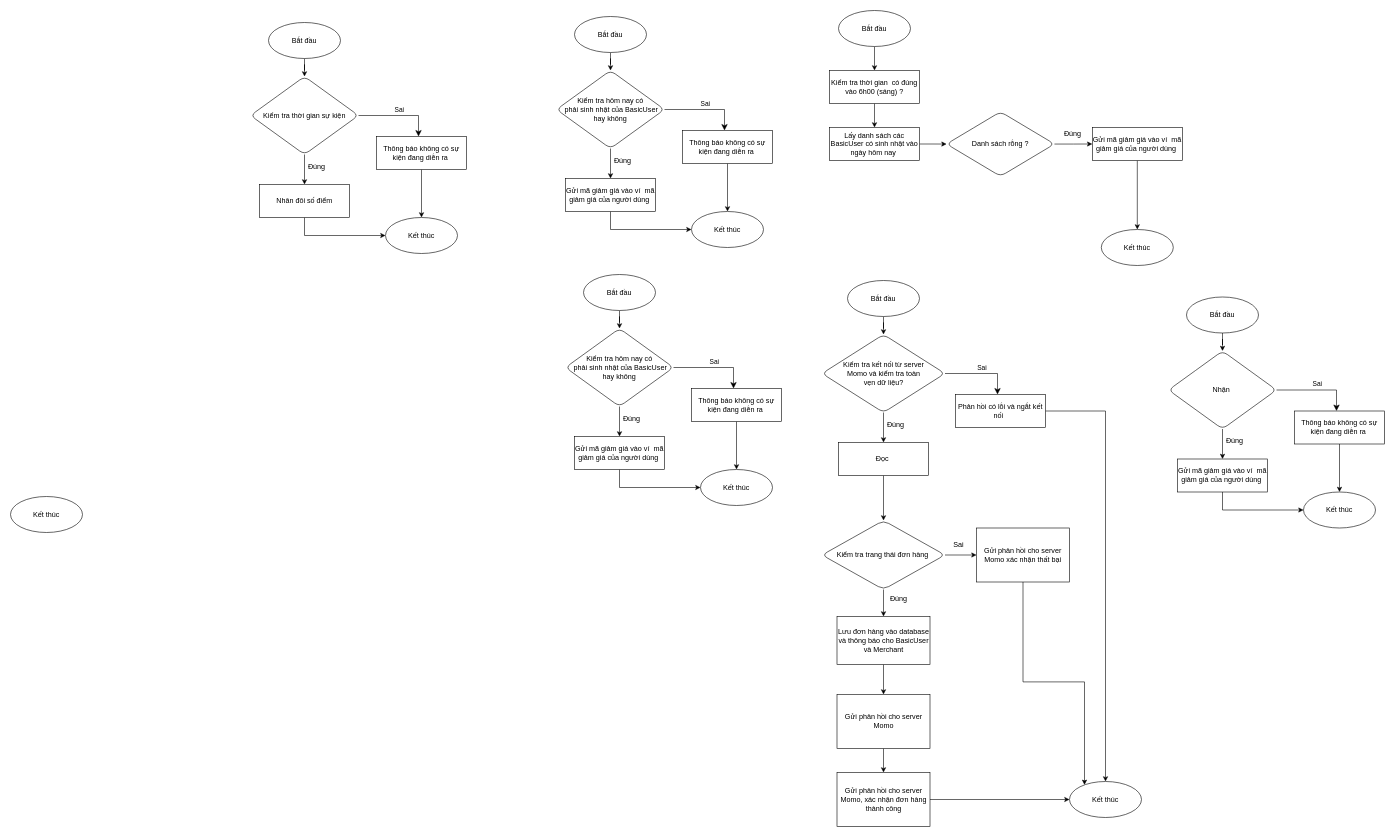
Above: sukienhangnam.drawio in nguyendu11a2/TADA_DIAGRAM (draw.io), before the change. Source tidied: cells renumbered, new cells numbered last; positions are measured from the earlier drawing's top-left corner, leaving out a move shared by most shapes. Both pictures are drawn from the tidied source at 60%, with x=0, y=0 at pixel (10, 10).
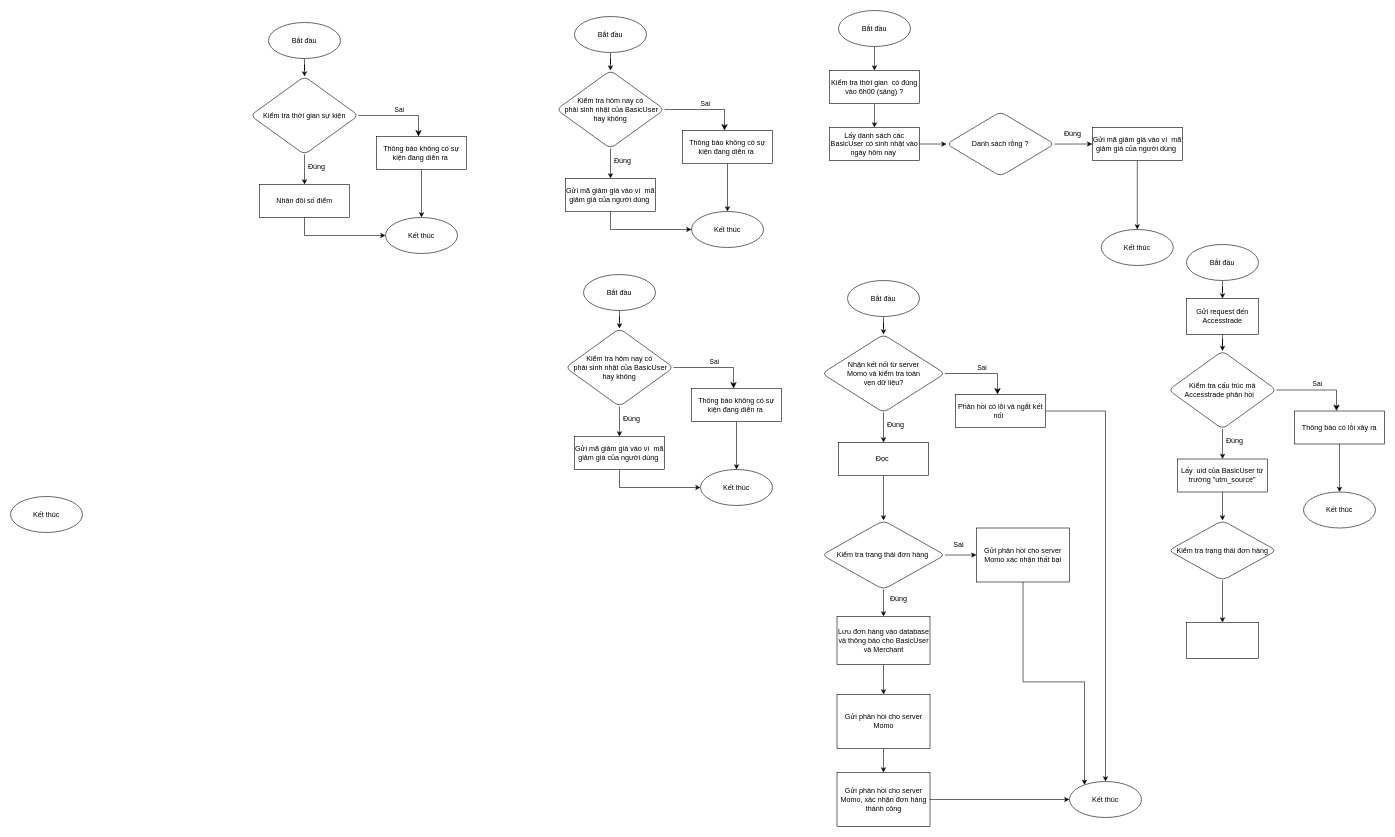
After the change.

Unchanged cells that the change refers to:
```xml
<mxCell id="78" value="Kết thúc" style="ellipse;whiteSpace=wrap;html=1;rounded=1;shadow=0;strokeWidth=1;glass=0;" parent="1" vertex="1">
  <mxGeometry x="2155" y="802.5" width="120" height="60" as="geometry" />
</mxCell>
```

Diff of the diagram source:
```diff
@@
-    <mxCell id="58" value="Kiểm tra kết nối từ server &lt;br&gt;Momo và kiểm tra toàn &lt;br&gt;vẹn dữ liệu?" style="rhombus;whiteSpace=wrap;html=1;rounded=1;shadow=0;strokeWidth=1;glass=0;" parent="1" vertex="1">
+    <mxCell id="58" value="Nhận kết nối từ server &lt;br&gt;Momo và kiểm tra toàn &lt;br&gt;vẹn dữ liệu?" style="rhombus;whiteSpace=wrap;html=1;rounded=1;shadow=0;strokeWidth=1;glass=0;" parent="1" vertex="1">
       <mxGeometry x="1352.5" y="540" width="205" height="130" as="geometry" />
     </mxCell>
@@
-    <mxCell id="75" value="Thông báo không có sự kiện đang diễn ra&amp;nbsp;" style="rounded=0;whiteSpace=wrap;html=1;" parent="1" vertex="1">
+    <mxCell id="75" value="Thông báo có lỗi xảy ra" style="rounded=0;whiteSpace=wrap;html=1;" parent="1" vertex="1">
       <mxGeometry x="2140" y="667.5" width="150" height="55" as="geometry" />
     </mxCell>
-    <mxCell id="76" style="edgeStyle=orthogonalEdgeStyle;rounded=0;jettySize=auto;html=1;endArrow=classic;endFill=1;" parent="1" edge="1" source="77" target="82">
-      <mxGeometry relative="1" as="geometry" />
-    </mxCell>
+    <mxCell id="83" style="edgeStyle=orthogonalEdgeStyle;rounded=0;jettySize=auto;html=1;" parent="1" edge="1" source="77" target="86">
+      <mxGeometry relative="1" as="geometry" />
+    </mxCell>
     <mxCell id="77" value="Bắt đầu" style="ellipse;whiteSpace=wrap;html=1;rounded=1;shadow=0;strokeWidth=1;glass=0;" parent="1" vertex="1">
-      <mxGeometry x="1960" y="477.5" width="120" height="60" as="geometry" />
+      <mxGeometry x="1960" y="390" width="120" height="60" as="geometry" />
     </mxCell>
@@
-    <mxCell id="79" style="edgeStyle=orthogonalEdgeStyle;rounded=0;jettySize=auto;html=1;exitX=0.5;exitY=1;exitDx=0;exitDy=0;entryX=0;entryY=0.5;entryDx=0;entryDy=0;" parent="1" edge="1" source="80" target="78">
-      <mxGeometry relative="1" as="geometry" />
-    </mxCell>
+    <mxCell id="84" style="edgeStyle=orthogonalEdgeStyle;rounded=0;jettySize=auto;html=1;" parent="1" edge="1" source="80" target="88">
+      <mxGeometry relative="1" as="geometry" />
+    </mxCell>
-    <mxCell id="80" value="Gửi mã giảm giá vào ví&amp;nbsp; mã giảm giá của người dùng&amp;nbsp;" style="rounded=0;whiteSpace=wrap;html=1;" parent="1" vertex="1">
+    <mxCell id="80" value="Lấy&amp;nbsp; uid của BasicUser từ trường&amp;nbsp;&lt;span&gt;&quot;utm_source&quot;&lt;/span&gt;" style="rounded=0;whiteSpace=wrap;html=1;" parent="1" vertex="1">
       <mxGeometry x="1945" y="747.5" width="150" height="55" as="geometry" />
     </mxCell>
@@
-    <mxCell id="82" value="Nhận&amp;nbsp;" style="rhombus;whiteSpace=wrap;html=1;rounded=1;shadow=0;strokeWidth=1;glass=0;" parent="1" vertex="1">
+    <mxCell id="82" value="Kiểm tra cấu trúc mà Accesstrade phản hồi&amp;nbsp; &amp;nbsp;" style="rhombus;whiteSpace=wrap;html=1;rounded=1;shadow=0;strokeWidth=1;glass=0;" parent="1" vertex="1">
       <mxGeometry x="1930" y="567.5" width="180" height="130" as="geometry" />
     </mxCell>
+    <mxCell id="85" style="edgeStyle=orthogonalEdgeStyle;rounded=0;jettySize=auto;html=1;" parent="1" edge="1" source="86" target="82">
+      <mxGeometry relative="1" as="geometry" />
+    </mxCell>
+    <mxCell id="86" value="Gửi request đến Accesstrade" style="rounded=0;whiteSpace=wrap;html=1;" parent="1" vertex="1">
+      <mxGeometry x="1960" y="480" width="120" height="60" as="geometry" />
+    </mxCell>
+    <mxCell id="87" style="edgeStyle=orthogonalEdgeStyle;rounded=0;jettySize=auto;html=1;" parent="1" edge="1" source="88" target="89">
+      <mxGeometry relative="1" as="geometry" />
+    </mxCell>
+    <mxCell id="88" value="Kiểm tra trạng thái đơn hàng" style="rhombus;whiteSpace=wrap;html=1;rounded=1;shadow=0;strokeWidth=1;glass=0;" parent="1" vertex="1">
+      <mxGeometry x="1930" y="850" width="180" height="100" as="geometry" />
+    </mxCell>
+    <mxCell id="89" style="whiteSpace=wrap;html=1;rounded=0;" parent="1" vertex="1">
+      <mxGeometry x="1960" y="1020" width="120" height="60" as="geometry" />
+    </mxCell>
```
